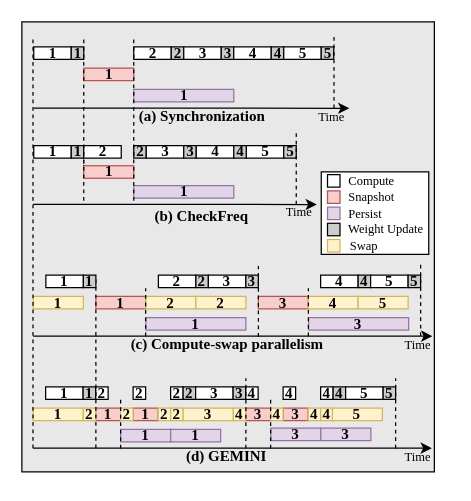
Earlier version of the draw.io diagram fig/pipeline_mot.drawio (icszhr/NCheck). Source tidied: cells renumbered, new cells numbered last; positions are measured from the earlier drawing's top-left corner, leaving out a move shared by most shapes. Both pictures are drawn from the tidied source at 125%, with x=0, y=0 at pixel (21, 21).
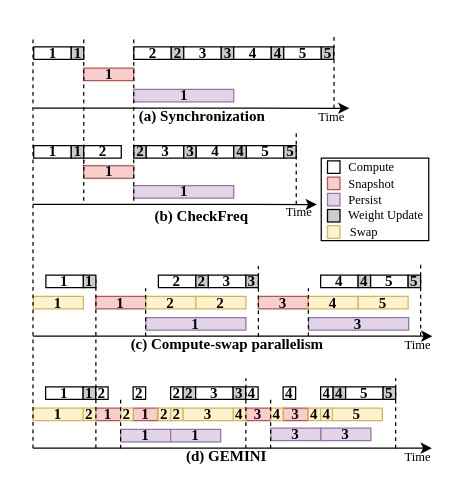
After the change.

What changed in the source:
```diff
@@
-    <mxCell id="2" style="rounded=0;whiteSpace=wrap;html=1;fontFamily=Times New Roman;fillColor=#E8E8E8;fontSize=12;fontStyle=1;labelPosition=center;verticalLabelPosition=middle;align=center;verticalAlign=middle;spacing=0;" parent="1" vertex="1">
-      <mxGeometry width="330" height="360" as="geometry" />
-    </mxCell>
     <mxCell id="3" style="rounded=0;whiteSpace=wrap;html=1;" parent="1" vertex="1">
-      <mxGeometry x="239.5" y="120" width="86" height="66" as="geometry" />
+      <mxGeometry x="239.5" y="109" width="86" height="66" as="geometry" />
     </mxCell>
@@
     <mxCell id="7" style="whiteSpace=wrap;html=1;fillColor=#FFFFFF;fontFamily=Times New Roman;" parent="1" vertex="1">
-      <mxGeometry x="244.5" y="122.2" width="10" height="10" as="geometry" />
+      <mxGeometry x="244.5" y="111.2" width="10" height="10" as="geometry" />
     </mxCell>
     <mxCell id="8" style="whiteSpace=wrap;html=1;fillColor=#f8cecc;fontFamily=Times New Roman;strokeColor=#b85450;" parent="1" vertex="1">
-      <mxGeometry x="244.5" y="135.2" width="10" height="10" as="geometry" />
+      <mxGeometry x="244.5" y="124.2" width="10" height="10" as="geometry" />
     </mxCell>
     <mxCell id="9" style="whiteSpace=wrap;html=1;fillColor=#fff2cc;fontFamily=Times New Roman;strokeColor=#d6b656;" parent="1" vertex="1">
-      <mxGeometry x="244.5" y="174.1" width="10" height="10" as="geometry" />
+      <mxGeometry x="244.5" y="163.1" width="10" height="10" as="geometry" />
     </mxCell>
     <mxCell id="10" style="whiteSpace=wrap;html=1;fillColor=#e1d5e7;fontFamily=Times New Roman;strokeColor=#9673a6;" parent="1" vertex="1">
-      <mxGeometry x="244.5" y="148.2" width="10" height="10" as="geometry" />
+      <mxGeometry x="244.5" y="137.2" width="10" height="10" as="geometry" />
     </mxCell>
     <mxCell id="11" value="&lt;p style=&quot;line-height: 100%;&quot;&gt;&lt;font style=&quot;font-size: 10px;&quot;&gt;Compute&lt;/font&gt;&lt;/p&gt;" style="text;html=1;align=center;verticalAlign=middle;whiteSpace=wrap;rounded=0;fontFamily=Times New Roman;" parent="1" vertex="1">
-      <mxGeometry x="254.5" y="122.2" width="50" height="10" as="geometry" />
+      <mxGeometry x="254.5" y="111.2" width="50" height="10" as="geometry" />
     </mxCell>
     <mxCell id="12" value="&lt;p style=&quot;line-height: 100%;&quot;&gt;&lt;font style=&quot;font-size: 10px;&quot;&gt;Swap&lt;/font&gt;&lt;/p&gt;" style="text;html=1;align=center;verticalAlign=middle;whiteSpace=wrap;rounded=0;fontFamily=Times New Roman;" parent="1" vertex="1">
-      <mxGeometry x="248.5" y="174.1" width="50" height="10" as="geometry" />
+      <mxGeometry x="248.5" y="163.1" width="50" height="10" as="geometry" />
     </mxCell>
     <mxCell id="13" value="&lt;p style=&quot;line-height: 100%;&quot;&gt;&lt;span style=&quot;font-size: 10px;&quot;&gt;Snapshot&lt;/span&gt;&lt;/p&gt;" style="text;html=1;align=center;verticalAlign=middle;whiteSpace=wrap;rounded=0;fontFamily=Times New Roman;" parent="1" vertex="1">
-      <mxGeometry x="254.5" y="135.2" width="50" height="10" as="geometry" />
+      <mxGeometry x="254.5" y="124.2" width="50" height="10" as="geometry" />
     </mxCell>
     <mxCell id="14" value="&lt;p style=&quot;line-height: 100%;&quot;&gt;&lt;font style=&quot;font-size: 10px;&quot;&gt;Persist&lt;/font&gt;&lt;/p&gt;" style="text;html=1;align=center;verticalAlign=middle;whiteSpace=wrap;rounded=0;fontFamily=Times New Roman;" parent="1" vertex="1">
-      <mxGeometry x="249.5" y="148.2" width="50" height="10" as="geometry" />
+      <mxGeometry x="249.5" y="137.2" width="50" height="10" as="geometry" />
     </mxCell>
@@
     <mxCell id="39" style="whiteSpace=wrap;html=1;fontFamily=Times New Roman;fillStyle=auto;fillColor=#CCCCCC;" parent="1" vertex="1">
-      <mxGeometry x="244.5" y="161.1" width="10" height="10" as="geometry" />
+      <mxGeometry x="244.5" y="150.1" width="10" height="10" as="geometry" />
     </mxCell>
     <mxCell id="40" value="&lt;p style=&quot;line-height: 100%;&quot;&gt;&lt;font style=&quot;font-size: 10px;&quot;&gt;Weight Update&lt;/font&gt;&lt;/p&gt;" style="text;html=1;align=center;verticalAlign=middle;whiteSpace=wrap;rounded=0;fontFamily=Times New Roman;" parent="1" vertex="1">
-      <mxGeometry x="255.5" y="160" width="71" height="10" as="geometry" />
+      <mxGeometry x="255.5" y="149" width="71" height="10" as="geometry" />
     </mxCell>
```
